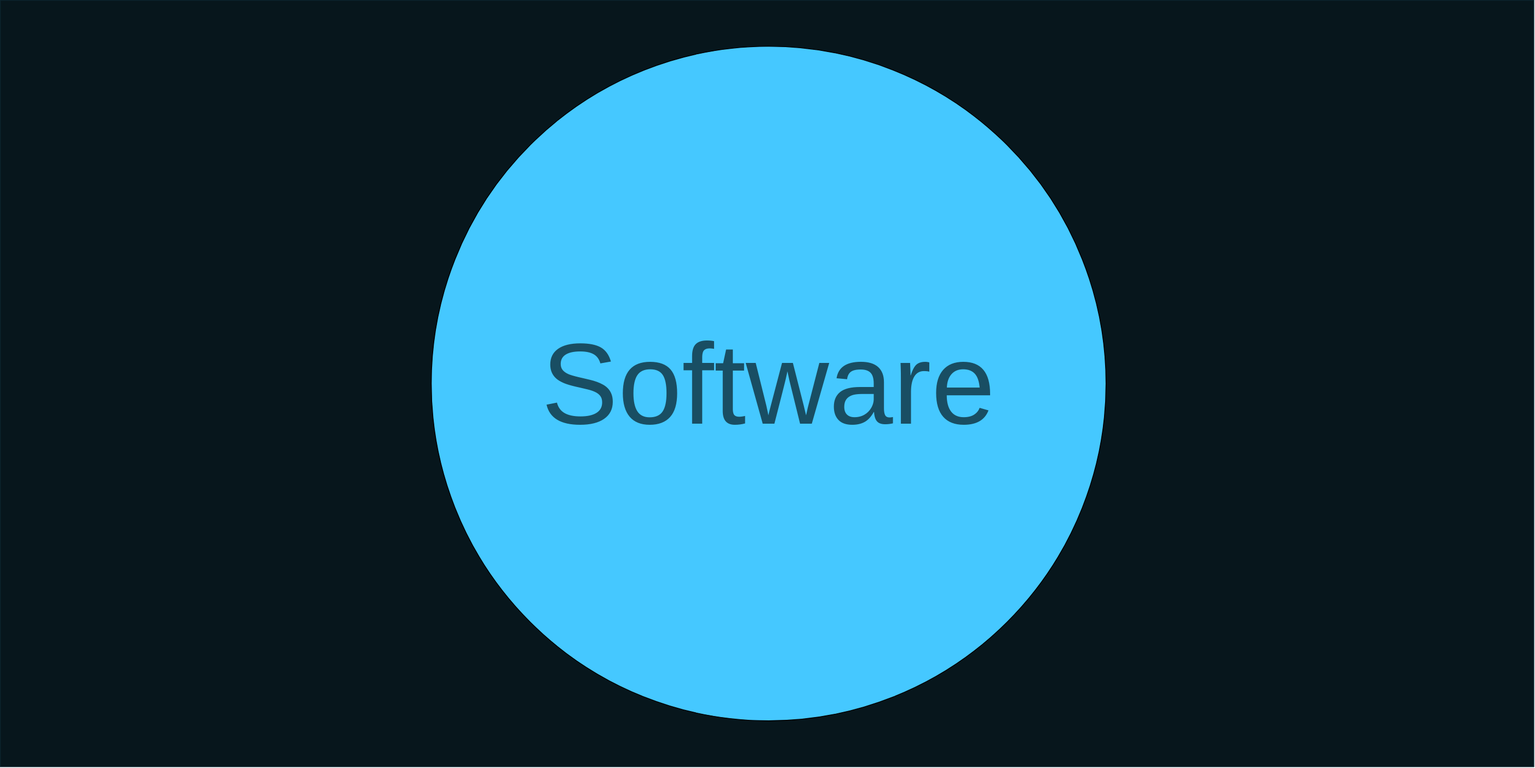
Earlier version of the draw.io export deck/ru/diagrams/caBaseSoftware.svg (AlexanderLapygin/ca-react-rest-api-starter). Source tidied: cells renumbered, new cells last; positions are measured from the earlier drawing's top-left corner, leaving out a move shared by most shapes. Source of this version:
```xml
<mxGraphModel background="#ffffff">
  <root>
    <mxCell id="0" />
    <mxCell id="1" parent="0" />
    <mxCell id="2" style="rounded=0;whiteSpace=wrap;html=1;fillColor=#07161C;fontSize=60;fontColor=#267696;strokeColor=#0C242E;labelBackgroundColor=#ffffff;" parent="1" vertex="1">
      <mxGeometry y="-0.1" width="2000" height="1000" as="geometry" />
    </mxCell>
    <mxCell id="3" value="Software" style="ellipse;whiteSpace=wrap;html=1;fillColor=#45C8FF;fontSize=150;labelPosition=center;verticalLabelPosition=middle;align=center;verticalAlign=middle;fontColor=#194E63;" parent="1" vertex="1">
      <mxGeometry x="562" y="59.9" width="880" height="880" as="geometry" />
    </mxCell>
  </root>
</mxGraphModel>
```
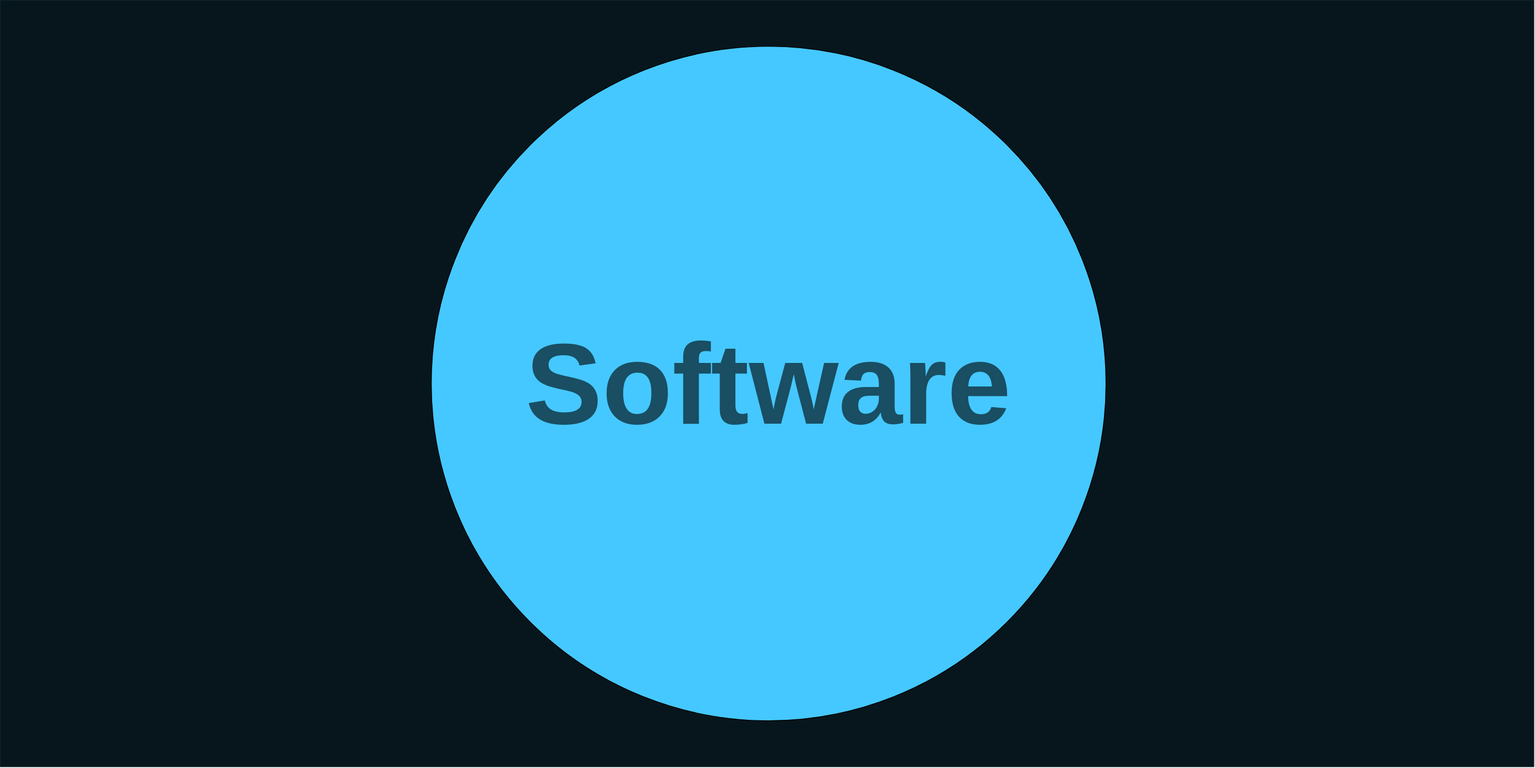
After the commit.

The edit, as a diff of the source:
```diff
@@ -5,7 +5,7 @@
     <mxCell id="2" style="rounded=0;whiteSpace=wrap;html=1;fillColor=#07161C;fontSize=60;fontColor=#267696;strokeColor=#0C242E;labelBackgroundColor=#ffffff;" parent="1" vertex="1">
       <mxGeometry y="-0.1" width="2000" height="1000" as="geometry" />
     </mxCell>
-    <mxCell id="3" value="Software" style="ellipse;whiteSpace=wrap;html=1;fillColor=#45C8FF;fontSize=150;labelPosition=center;verticalLabelPosition=middle;align=center;verticalAlign=middle;fontColor=#194E63;" parent="1" vertex="1">
+    <mxCell id="3" value="Software" style="ellipse;whiteSpace=wrap;html=1;fillColor=#45C8FF;fontSize=150;labelPosition=center;verticalLabelPosition=middle;align=center;verticalAlign=middle;fontColor=#194E63;fontStyle=1;" parent="1" vertex="1">
       <mxGeometry x="562" y="59.9" width="880" height="880" as="geometry" />
     </mxCell>
   </root>
```
